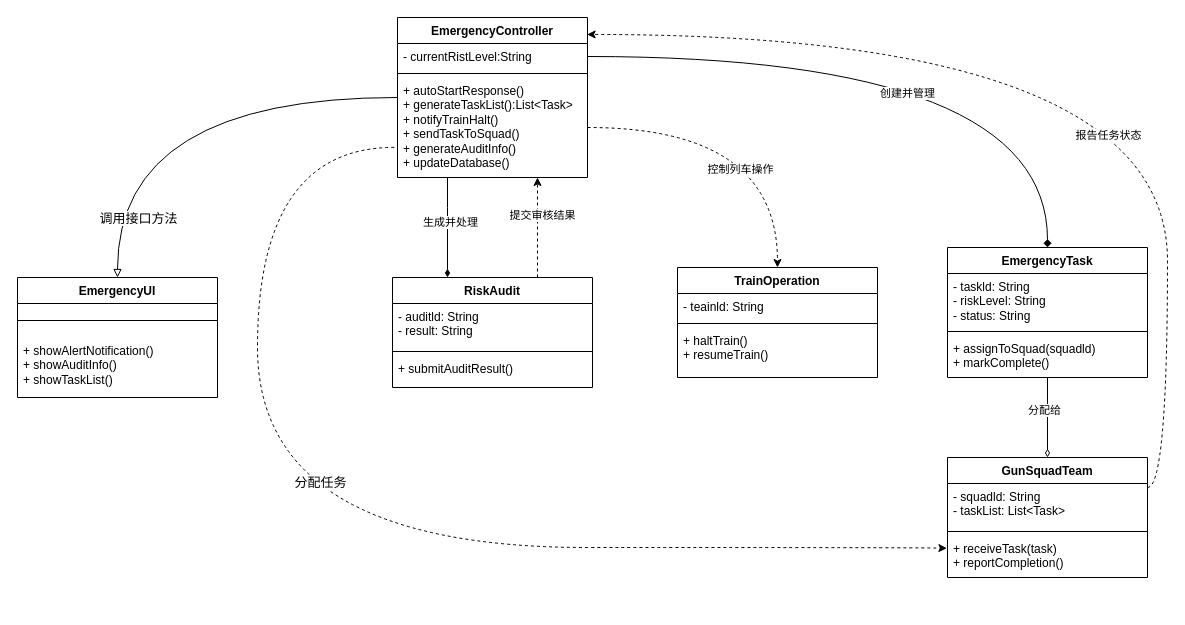
Above: 应急响应子系统类图.drawio in Lxlorange/drawio (draw.io), before the change. Source tidied: cells renumbered, new cells numbered last; positions are measured from the earlier drawing's top-left corner, leaving out a move shared by most shapes. Both pictures are drawn from the tidied source at 100%, with x=0, y=0 at pixel (17, 17).
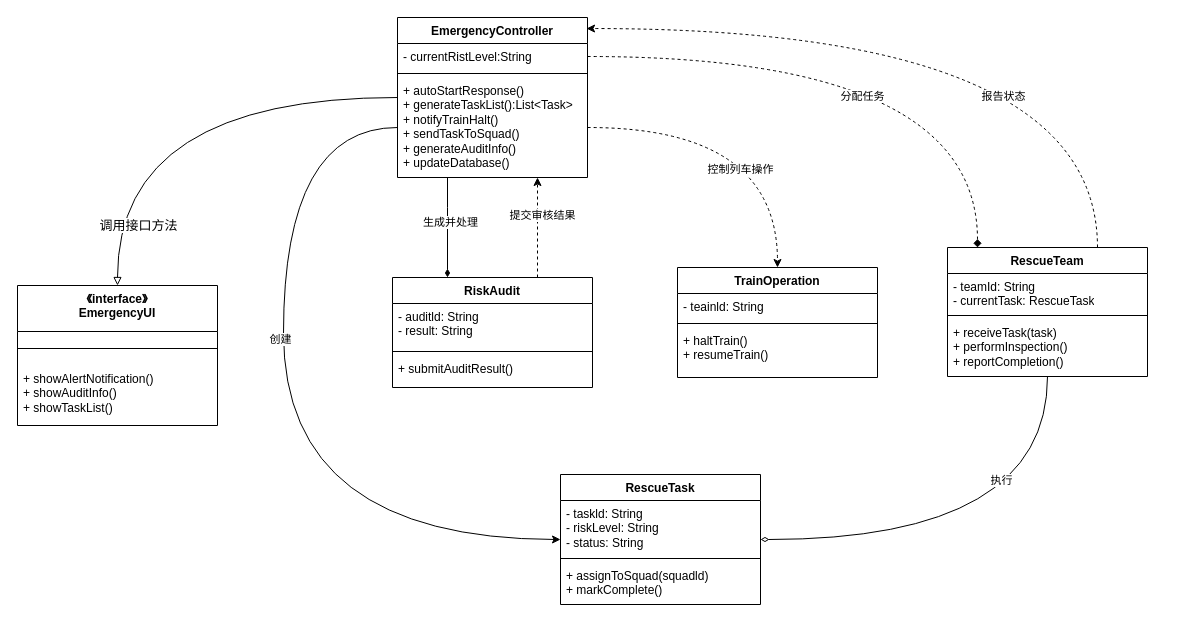
The same diagram, later.

Commit message (it also covers changes not shown here):
更新应急响应子系统类图.drawio

Unchanged cells that the change refers to:
```xml
<mxCell id="6" value="EmergencyController" style="swimlane;fontStyle=1;align=center;verticalAlign=top;horizontal=1;startSize=26;whiteSpace=wrap;html=1;" parent="1" vertex="1">
  <mxGeometry x="380" width="190" height="160" as="geometry" />
</mxCell>
<mxCell id="7" value="- currentRistLevel:String" style="text;strokeColor=none;fillColor=none;align=left;verticalAlign=top;spacingLeft=4;spacingRight=4;overflow=hidden;points=[[0,0.5],[1,0.5]];portConstraint=eastwest;whiteSpace=wrap;html=1;" parent="6" vertex="1">
  <mxGeometry y="26" width="190" height="26" as="geometry" />
</mxCell>
<mxCell id="9" value="+ autoStartResponse()&lt;div&gt;+ generateTaskList():List&amp;lt;Task&amp;gt;&lt;/div&gt;&lt;div&gt;+ notifyTrainHalt()&lt;/div&gt;&lt;div&gt;+ sendTaskToSquad()&lt;/div&gt;&lt;div&gt;+ generateAuditInfo()&lt;/div&gt;&lt;div&gt;+ updateDatabase()&lt;/div&gt;" style="text;strokeColor=none;fillColor=none;align=left;verticalAlign=top;spacingLeft=4;spacingRight=4;overflow=hidden;points=[[0,0.5],[1,0.5]];portConstraint=eastwest;whiteSpace=wrap;html=1;spacingTop=0;" parent="6" vertex="1">
  <mxGeometry y="60" width="190" height="100" as="geometry" />
</mxCell>
```

Change to the diagram source:
```diff
@@
-    <mxCell id="4" style="edgeStyle=orthogonalEdgeStyle;rounded=0;jettySize=auto;html=1;curved=1;exitX=-0.017;exitY=0.699;exitDx=0;exitDy=0;exitPerimeter=0;dashed=1;entryX=-0.003;entryY=0.304;entryDx=0;entryDy=0;entryPerimeter=0;" parent="1" edge="1" source="9" target="17">
-      <mxGeometry relative="1" as="geometry">
-        <Array as="points">
-          <mxPoint x="240" y="130" />
-          <mxPoint x="240" y="530" />
-          <mxPoint x="899" y="530" />
-        </Array>
-      </mxGeometry>
-    </mxCell>
-    <mxCell id="5" value="分配任务" style="edgeLabel;html=1;align=center;verticalAlign=middle;fontSize=13;" parent="4" vertex="1">
-      <mxGeometry x="-0.17" y="2" relative="1" as="geometry">
-        <mxPoint x="60" y="-38" as="offset" />
-      </mxGeometry>
-    </mxCell>
@@
-    <mxCell id="14" value="GunSquadTeam" style="swimlane;fontStyle=1;align=center;verticalAlign=top;horizontal=1;startSize=26;whiteSpace=wrap;html=1;" parent="1" vertex="1">
-      <mxGeometry x="930" y="440" width="200" height="120" as="geometry" />
-    </mxCell>
-    <mxCell id="15" value="- squadld: String&lt;div&gt;- taskList: List&amp;lt;Task&amp;gt;&lt;/div&gt;" style="text;strokeColor=none;fillColor=none;align=left;verticalAlign=top;spacingLeft=4;spacingRight=4;overflow=hidden;whiteSpace=wrap;html=1;" parent="14" vertex="1">
-      <mxGeometry y="26" width="200" height="44" as="geometry" />
-    </mxCell>
-    <mxCell id="16" style="line;strokeWidth=1;fillColor=none;align=left;verticalAlign=middle;spacingTop=-1;spacingLeft=3;spacingRight=3;labelPosition=right;strokeColor=inherit;" parent="14" vertex="1">
-      <mxGeometry y="70" width="200" height="8" as="geometry" />
-    </mxCell>
-    <mxCell id="17" value="+ receiveTask(task)&lt;div&gt;+ reportCompletion()&lt;/div&gt;" style="text;strokeColor=none;fillColor=none;align=left;verticalAlign=top;spacingLeft=4;spacingRight=4;overflow=hidden;points=[[0,0.5],[1,0.5]];portConstraint=eastwest;whiteSpace=wrap;html=1;spacingTop=0;" parent="14" vertex="1">
-      <mxGeometry y="78" width="200" height="42" as="geometry" />
-    </mxCell>
@@
-    <mxCell id="24" style="edgeStyle=orthogonalEdgeStyle;rounded=0;jettySize=auto;html=1;entryX=0.5;entryY=0;entryDx=0;entryDy=0;endArrow=diamondThin;endFill=0;" parent="1" edge="1" source="26" target="14">
+    <mxCell id="24" style="edgeStyle=orthogonalEdgeStyle;rounded=0;jettySize=auto;html=1;endArrow=diamondThin;endFill=0;entryX=1;entryY=0.5;entryDx=0;entryDy=0;curved=1;exitX=0.5;exitY=1;exitDx=0;exitDy=0;" parent="1" edge="1" source="26" target="42">
       <mxGeometry relative="1" as="geometry" />
     </mxCell>
-    <mxCell id="25" value="分配给" style="edgeLabel;html=1;align=center;verticalAlign=middle;" parent="24" vertex="1">
-      <mxGeometry x="-0.2" y="-4" relative="1" as="geometry" />
-    </mxCell>
+    <mxCell id="41" value="执行" style="edgeLabel;html=1;align=center;verticalAlign=middle;" parent="24" vertex="1">
+      <mxGeometry x="-0.54" y="-47" relative="1" as="geometry" />
+    </mxCell>
-    <mxCell id="26" value="EmergencyTask" style="swimlane;fontStyle=1;align=center;verticalAlign=top;horizontal=1;startSize=26;whiteSpace=wrap;html=1;" parent="1" vertex="1">
-      <mxGeometry x="930" y="230" width="200" height="130" as="geometry" />
+    <mxCell id="26" value="RescueTeam" style="swimlane;fontStyle=1;align=center;verticalAlign=top;horizontal=1;startSize=26;whiteSpace=wrap;html=1;" parent="1" vertex="1">
+      <mxGeometry x="930" y="230" width="200" height="129" as="geometry" />
     </mxCell>
-    <mxCell id="27" value="- taskld: String&lt;div&gt;- riskLevel: String&lt;/div&gt;&lt;div&gt;- status: String&lt;br&gt;&lt;div&gt;&lt;br&gt;&lt;/div&gt;&lt;/div&gt;" style="text;strokeColor=none;fillColor=none;align=left;verticalAlign=top;spacingLeft=4;spacingRight=4;overflow=hidden;whiteSpace=wrap;html=1;" parent="26" vertex="1">
-      <mxGeometry y="26" width="200" height="54" as="geometry" />
+    <mxCell id="27" value="&lt;div&gt;&lt;div&gt;- teamId: String&lt;/div&gt;&lt;/div&gt;&lt;div&gt;- currentTask: RescueTask&lt;/div&gt;" style="text;strokeColor=none;fillColor=none;align=left;verticalAlign=top;spacingLeft=4;spacingRight=4;overflow=hidden;whiteSpace=wrap;html=1;" parent="26" vertex="1">
+      <mxGeometry y="26" width="200" height="38" as="geometry" />
     </mxCell>
     <mxCell id="28" style="line;strokeWidth=1;fillColor=none;align=left;verticalAlign=middle;spacingTop=-1;spacingLeft=3;spacingRight=3;labelPosition=right;strokeColor=inherit;" parent="26" vertex="1">
-      <mxGeometry y="80" width="200" height="8" as="geometry" />
+      <mxGeometry y="64" width="200" height="8" as="geometry" />
     </mxCell>
-    <mxCell id="29" value="+ assignToSquad(squadld)&lt;div&gt;+ markComplete()&lt;/div&gt;" style="text;strokeColor=none;fillColor=none;align=left;verticalAlign=top;spacingLeft=4;spacingRight=4;overflow=hidden;whiteSpace=wrap;html=1;spacingTop=0;" parent="26" vertex="1">
-      <mxGeometry y="88" width="200" height="42" as="geometry" />
+    <mxCell id="29" value="+ receiveTask(task)&lt;div&gt;+ performInspection()&lt;/div&gt;&lt;div&gt;+ reportCompletion()&lt;span style=&quot;white-space: pre;&quot;&gt;&#9;&lt;/span&gt;&lt;/div&gt;" style="text;strokeColor=none;fillColor=none;align=left;verticalAlign=top;spacingLeft=4;spacingRight=4;overflow=hidden;whiteSpace=wrap;html=1;spacingTop=0;" parent="26" vertex="1">
+      <mxGeometry y="72" width="200" height="57" as="geometry" />
     </mxCell>
-    <mxCell id="30" value="&lt;div&gt;EmergencyUI&lt;/div&gt;" style="swimlane;fontStyle=1;align=center;verticalAlign=top;horizontal=1;startSize=26;whiteSpace=wrap;html=1;" parent="1" vertex="1">
-      <mxGeometry y="260" width="200" height="120" as="geometry" />
+    <mxCell id="30" value="&lt;div&gt;《interface》&lt;/div&gt;&lt;div&gt;EmergencyUI&lt;/div&gt;" style="swimlane;fontStyle=1;align=center;verticalAlign=top;horizontal=1;startSize=46;whiteSpace=wrap;html=1;" parent="1" vertex="1">
+      <mxGeometry y="268" width="200" height="140" as="geometry" />
     </mxCell>
     <mxCell id="31" style="line;strokeWidth=1;fillColor=none;align=left;verticalAlign=middle;spacingTop=-1;spacingLeft=3;spacingRight=3;labelPosition=right;strokeColor=inherit;" parent="30" vertex="1">
-      <mxGeometry y="26" width="200" height="34" as="geometry" />
+      <mxGeometry y="46" width="200" height="34" as="geometry" />
     </mxCell>
     <mxCell id="32" value="+ showAlertNotification()&lt;div&gt;+ showAuditInfo()&lt;/div&gt;&lt;div&gt;+ showTaskList()&lt;/div&gt;" style="text;strokeColor=none;fillColor=none;align=left;verticalAlign=top;spacingLeft=4;spacingRight=4;overflow=hidden;whiteSpace=wrap;html=1;spacingTop=0;" parent="30" vertex="1">
-      <mxGeometry y="60" width="200" height="60" as="geometry" />
+      <mxGeometry y="80" width="200" height="60" as="geometry" />
     </mxCell>
@@
-    <mxCell id="37" style="edgeStyle=orthogonalEdgeStyle;rounded=0;jettySize=auto;html=1;exitX=1;exitY=0.5;exitDx=0;exitDy=0;curved=1;endArrow=diamond;endFill=1;" parent="1" edge="1" source="7" target="26">
-      <mxGeometry relative="1" as="geometry" />
+    <mxCell id="37" style="edgeStyle=orthogonalEdgeStyle;rounded=0;jettySize=auto;html=1;exitX=1;exitY=0.5;exitDx=0;exitDy=0;curved=1;endArrow=diamond;endFill=1;dashed=1;" parent="1" edge="1" source="7" target="26">
+      <mxGeometry relative="1" as="geometry">
+        <Array as="points">
+          <mxPoint x="960" y="39" />
+        </Array>
+      </mxGeometry>
     </mxCell>
-    <mxCell id="38" value="创建并管理" style="edgeLabel;html=1;align=center;verticalAlign=middle;" parent="37" vertex="1">
-      <mxGeometry x="-0.02" y="-36" relative="1" as="geometry" />
+    <mxCell id="38" value="分配任务" style="edgeLabel;html=1;align=center;verticalAlign=middle;" parent="37" vertex="1">
+      <mxGeometry x="-0.02" y="-36" relative="1" as="geometry">
+        <mxPoint x="-11" y="3" as="offset" />
+      </mxGeometry>
     </mxCell>
-    <mxCell id="39" style="edgeStyle=orthogonalEdgeStyle;rounded=0;jettySize=auto;html=1;exitX=1;exitY=0.25;exitDx=0;exitDy=0;entryX=0.998;entryY=0.106;entryDx=0;entryDy=0;entryPerimeter=0;curved=1;dashed=1;" parent="1" edge="1" source="14" target="6">
-      <mxGeometry relative="1" as="geometry" />
-    </mxCell>
-    <mxCell id="40" value="报告任务状态" style="edgeLabel;html=1;align=center;verticalAlign=middle;" parent="39" vertex="1">
-      <mxGeometry x="-0.29" y="60" relative="1" as="geometry">
-        <mxPoint y="1" as="offset" />
-      </mxGeometry>
-    </mxCell>
+    <mxCell id="42" value="RescueTask" style="swimlane;fontStyle=1;align=center;verticalAlign=top;horizontal=1;startSize=26;whiteSpace=wrap;html=1;" parent="1" vertex="1">
+      <mxGeometry x="543" y="457" width="200" height="130" as="geometry" />
+    </mxCell>
+    <mxCell id="43" value="- taskld: String&lt;div&gt;- riskLevel: String&lt;/div&gt;&lt;div&gt;- status: String&lt;br&gt;&lt;div&gt;&lt;br&gt;&lt;/div&gt;&lt;/div&gt;" style="text;strokeColor=none;fillColor=none;align=left;verticalAlign=top;spacingLeft=4;spacingRight=4;overflow=hidden;whiteSpace=wrap;html=1;" parent="42" vertex="1">
+      <mxGeometry y="26" width="200" height="54" as="geometry" />
+    </mxCell>
+    <mxCell id="44" style="line;strokeWidth=1;fillColor=none;align=left;verticalAlign=middle;spacingTop=-1;spacingLeft=3;spacingRight=3;labelPosition=right;strokeColor=inherit;" parent="42" vertex="1">
+      <mxGeometry y="80" width="200" height="8" as="geometry" />
+    </mxCell>
+    <mxCell id="45" value="+ assignToSquad(squadld)&lt;div&gt;+ markComplete()&lt;/div&gt;" style="text;strokeColor=none;fillColor=none;align=left;verticalAlign=top;spacingLeft=4;spacingRight=4;overflow=hidden;whiteSpace=wrap;html=1;spacingTop=0;" parent="42" vertex="1">
+      <mxGeometry y="88" width="200" height="42" as="geometry" />
+    </mxCell>
+    <mxCell id="46" style="edgeStyle=orthogonalEdgeStyle;rounded=0;jettySize=auto;html=1;exitX=0.75;exitY=0;exitDx=0;exitDy=0;entryX=0.995;entryY=0.069;entryDx=0;entryDy=0;entryPerimeter=0;curved=1;dashed=1;" parent="1" edge="1" source="26" target="6">
+      <mxGeometry relative="1" as="geometry" />
+    </mxCell>
+    <mxCell id="47" value="报告状态" style="edgeLabel;html=1;align=center;verticalAlign=middle;" parent="46" vertex="1">
+      <mxGeometry x="-0.14" y="67" relative="1" as="geometry" />
+    </mxCell>
+    <mxCell id="48" style="edgeStyle=orthogonalEdgeStyle;rounded=0;jettySize=auto;html=1;exitX=0;exitY=0.5;exitDx=0;exitDy=0;entryX=0;entryY=0.5;entryDx=0;entryDy=0;curved=1;" parent="1" edge="1" source="9" target="42">
+      <mxGeometry relative="1" as="geometry">
+        <Array as="points">
+          <mxPoint x="266" y="110" />
+          <mxPoint x="266" y="521" />
+        </Array>
+      </mxGeometry>
+    </mxCell>
+    <mxCell id="49" value="创建" style="edgeLabel;html=1;align=center;verticalAlign=middle;" parent="48" vertex="1">
+      <mxGeometry x="-0.19" y="-4" relative="1" as="geometry" />
+    </mxCell>
```
